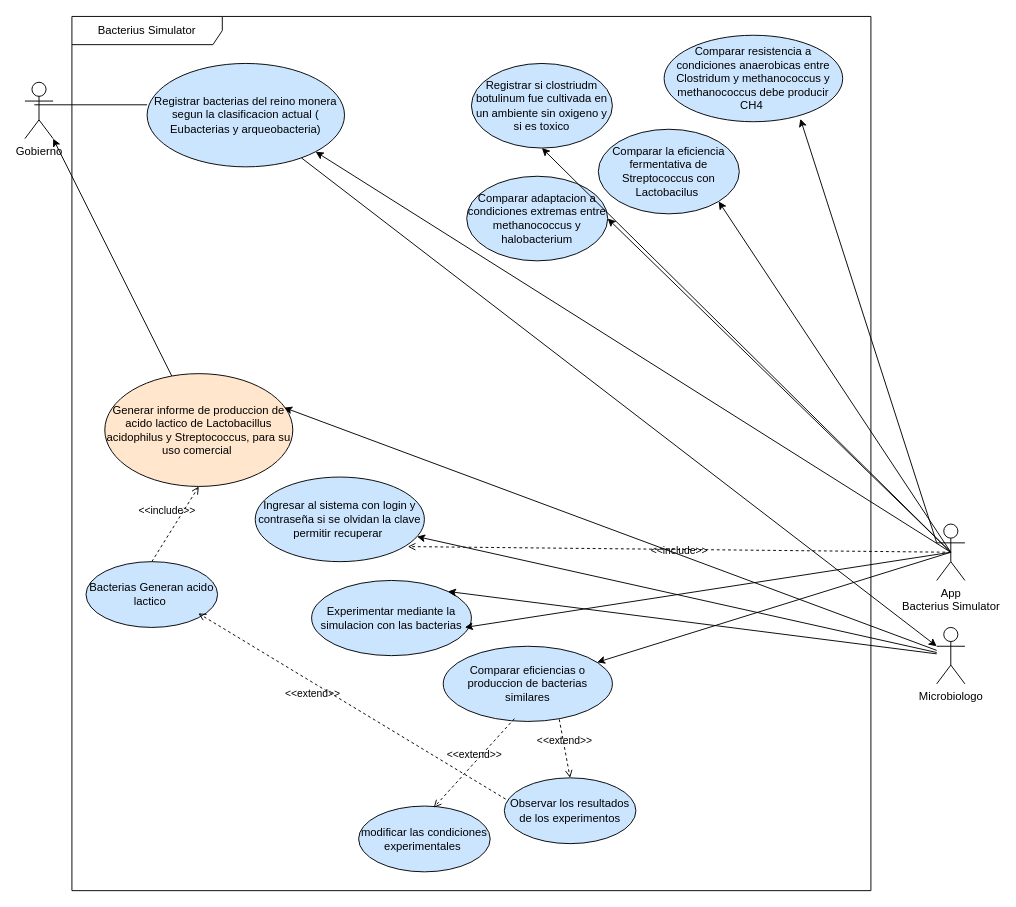
This is Design/UseCase1.drawio from C-b4s/GrupoCinco_ReinoMonera, a draw.io file, before an edit. Source tidied: cells renumbered, new cells numbered last; positions are measured from the earlier drawing's top-left corner, leaving out a move shared by most shapes. Both pictures are drawn from the tidied source at 94%, with x=0, y=0 at pixel (24, 16).
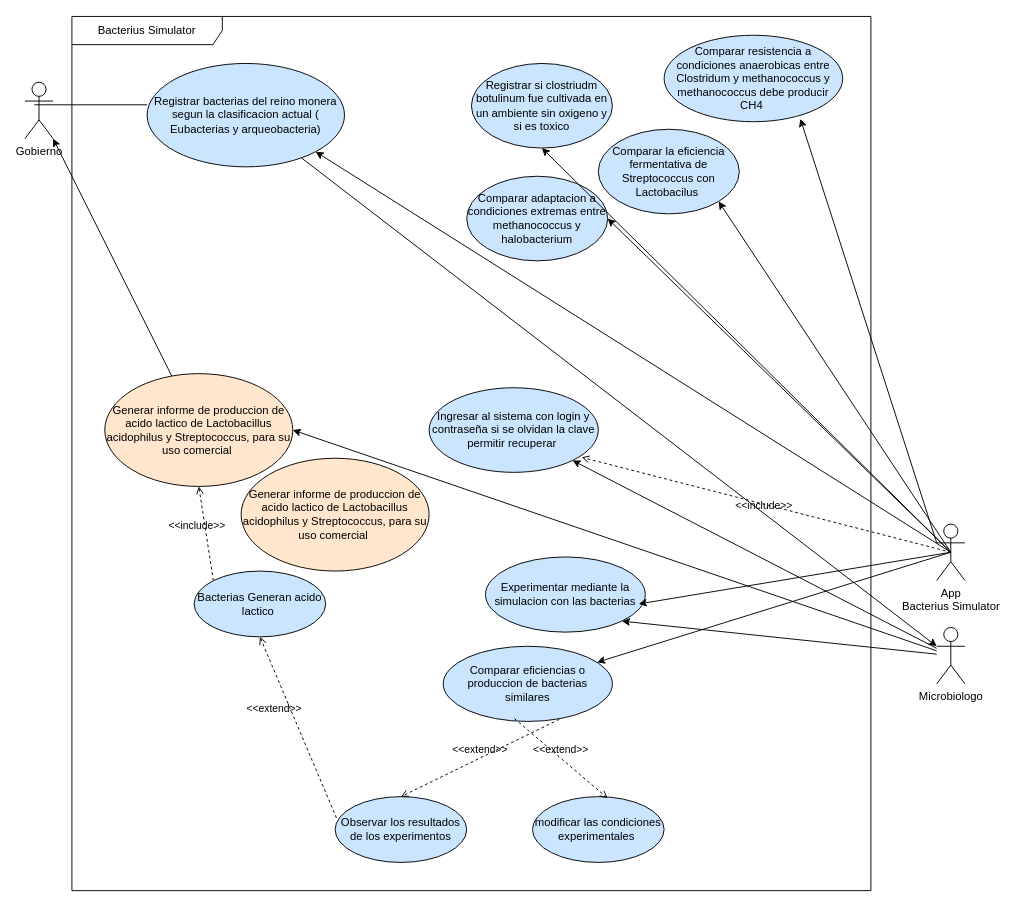
Above is the later version.

The change refers to these unchanged cells:
```xml
<mxCell id="2" value="Bacterius Simulator" style="shape=umlFrame;whiteSpace=wrap;html=1;width=160;" parent="1" vertex="1">
  <mxGeometry x="50" width="850" height="930" as="geometry" />
</mxCell>
<mxCell id="6" value="Generar informe de produccion de acido lactico de&amp;nbsp;Lactobacillus acidophilus y Streptococcus, para su uso comercial&amp;nbsp;" style="ellipse;whiteSpace=wrap;html=1;fillColor=#FFE6CC;" parent="2" vertex="1">
  <mxGeometry x="35" y="380" width="200" height="120" as="geometry" />
</mxCell>
<mxCell id="23" value="Microbiologo" style="shape=umlActor;verticalLabelPosition=bottom;verticalAlign=top;html=1;" parent="1" vertex="1">
  <mxGeometry x="970" y="650" width="30" height="60" as="geometry" />
</mxCell>
```

Change to the diagram source:
```diff
@@
     <mxCell id="4" value="Experimentar mediante la simulacion con las bacterias" style="ellipse;whiteSpace=wrap;html=1;fillColor=#CCE5FF;" parent="2" vertex="1">
-      <mxGeometry x="255" y="600" width="170" height="80" as="geometry" />
+      <mxGeometry x="440" y="575" width="170" height="80" as="geometry" />
     </mxCell>
@@
     <mxCell id="7" value="modificar las condiciones experimentales&amp;nbsp;" style="ellipse;whiteSpace=wrap;html=1;fillColor=#CCE5FF;" parent="2" vertex="1">
-      <mxGeometry x="305" y="840" width="140" height="70" as="geometry" />
+      <mxGeometry x="490" y="830" width="140" height="70" as="geometry" />
     </mxCell>
     <mxCell id="8" value="Observar los resultados de los experimentos" style="ellipse;whiteSpace=wrap;html=1;fillColor=#CCE5FF;" parent="2" vertex="1">
-      <mxGeometry x="460" y="810" width="140" height="70" as="geometry" />
+      <mxGeometry x="280" y="830" width="140" height="70" as="geometry" />
     </mxCell>
@@
-    <mxCell id="11" value="&amp;lt;&amp;lt;include&amp;gt;&amp;gt;" style="html=1;verticalAlign=bottom;labelBackgroundColor=none;endArrow=open;endFill=0;dashed=1;exitX=0.5;exitY=0;exitDx=0;exitDy=0;entryX=0.5;entryY=1;entryDx=0;entryDy=0;" parent="2" edge="1" source="12" target="6">
+    <mxCell id="11" value="&amp;lt;&amp;lt;include&amp;gt;&amp;gt;" style="html=1;verticalAlign=bottom;labelBackgroundColor=none;endArrow=open;endFill=0;dashed=1;exitX=0;exitY=0;exitDx=0;exitDy=0;entryX=0.5;entryY=1;entryDx=0;entryDy=0;" parent="2" edge="1" source="12" target="6">
       <mxGeometry y="10" relative="1" as="geometry" />
     </mxCell>
     <mxCell id="12" value="Bacterias Generan acido lactico&amp;nbsp;" style="ellipse;whiteSpace=wrap;html=1;fillColor=#CCE5FF;" parent="2" vertex="1">
-      <mxGeometry x="15" y="580" width="140" height="70" as="geometry" />
+      <mxGeometry x="130" y="590" width="140" height="70" as="geometry" />
     </mxCell>
-    <mxCell id="13" value="&amp;lt;&amp;lt;extend&amp;gt;&amp;gt;" style="html=1;verticalAlign=bottom;labelBackgroundColor=none;endArrow=open;endFill=0;dashed=1;exitX=0.01;exitY=0.323;exitDx=0;exitDy=0;exitPerimeter=0;entryX=1;entryY=1;entryDx=0;entryDy=0;" parent="2" edge="1" source="8">
-      <mxGeometry x="0.2" y="19" relative="1" as="geometry">
-        <mxPoint x="134.5" y="635" as="targetPoint" />
-      </mxGeometry>
+    <mxCell id="13" value="&amp;lt;&amp;lt;extend&amp;gt;&amp;gt;" style="html=1;verticalAlign=bottom;labelBackgroundColor=none;endArrow=open;endFill=0;dashed=1;exitX=0.01;exitY=0.323;exitDx=0;exitDy=0;exitPerimeter=0;entryX=0.5;entryY=1;entryDx=0;entryDy=0;" parent="2" edge="1" source="8" target="12">
+      <mxGeometry x="0.2" y="19" relative="1" as="geometry" />
     </mxCell>
     <mxCell id="14" value="Ingresar al sistema con login y contraseña si se olvidan la clave permitir recuperar&amp;nbsp;" style="ellipse;whiteSpace=wrap;html=1;fillColor=#CCE5FF;" parent="2" vertex="1">
-      <mxGeometry x="195" y="490" width="180" height="90" as="geometry" />
+      <mxGeometry x="380" y="395" width="180" height="90" as="geometry" />
     </mxCell>
@@
+    <mxCell id="36" value="Generar informe de produccion de acido lactico de&amp;nbsp;Lactobacillus acidophilus y Streptococcus, para su uso comercial&amp;nbsp;" style="ellipse;whiteSpace=wrap;html=1;fillColor=#FFE6CC;" parent="2" vertex="1">
+      <mxGeometry x="180" y="470" width="200" height="120" as="geometry" />
+    </mxCell>
@@
-    <mxCell id="21" style="edgeStyle=none;html=1;entryX=1;entryY=0;entryDx=0;entryDy=0;" parent="1" edge="1" source="23" target="4">
+    <mxCell id="21" style="edgeStyle=none;html=1;entryX=1;entryY=1;entryDx=0;entryDy=0;" parent="1" edge="1" source="23" target="4">
       <mxGeometry relative="1" as="geometry" />
     </mxCell>
@@
-    <mxCell id="31" style="edgeStyle=none;html=1;entryX=0.954;entryY=0.301;entryDx=0;entryDy=0;entryPerimeter=0;" parent="1" edge="1" source="23" target="6">
+    <mxCell id="31" style="edgeStyle=none;html=1;entryX=1;entryY=0.5;entryDx=0;entryDy=0;" parent="1" edge="1" source="23" target="6">
       <mxGeometry relative="1" as="geometry" />
     </mxCell>
```
